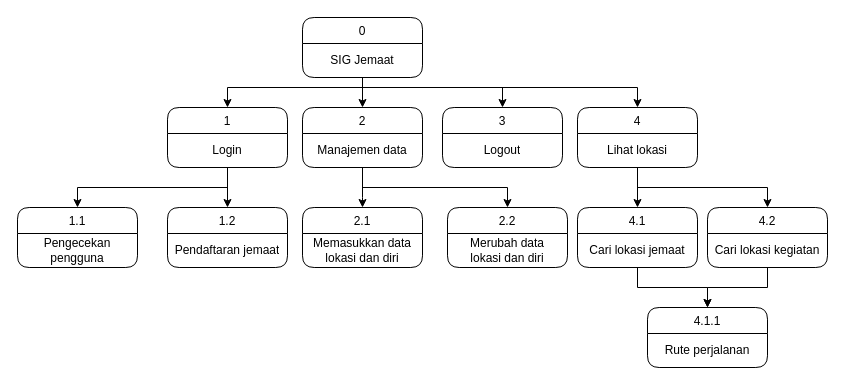
This is page "Page-3" (3 of 3) of DFD.drawio from Raymond-15/requirements, a draw.io file, before an edit. Source tidied: cells renumbered, new cells numbered last; positions are measured from the earlier drawing's top-left corner, leaving out a move shared by most shapes. Both pictures are drawn from the tidied source at 100%, with x=0, y=0 at pixel (17, 17).
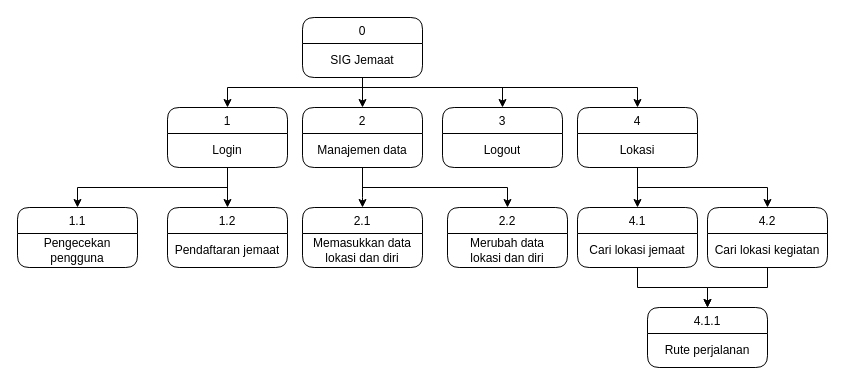
The same page after the edit.

Unchanged cells that the change refers to:
```xml
<mxCell id="28" value="4" style="swimlane;fontStyle=0;horizontal=1;startSize=26;fillColor=none;rounded=1;swimlaneLine=1;" parent="1" vertex="1">
  <mxGeometry x="560" y="90" width="120" height="60" as="geometry" />
</mxCell>
```

Diff of the diagram source:
```diff
@@
-    <mxCell id="29" value="Lihat lokasi" style="text;strokeColor=none;fillColor=none;align=center;verticalAlign=middle;spacingLeft=4;spacingRight=4;overflow=hidden;whiteSpace=wrap;" parent="28" vertex="1">
+    <mxCell id="29" value="Lokasi" style="text;strokeColor=none;fillColor=none;align=center;verticalAlign=middle;spacingLeft=4;spacingRight=4;overflow=hidden;whiteSpace=wrap;" parent="28" vertex="1">
       <mxGeometry y="26" width="120" height="34" as="geometry" />
     </mxCell>
```
